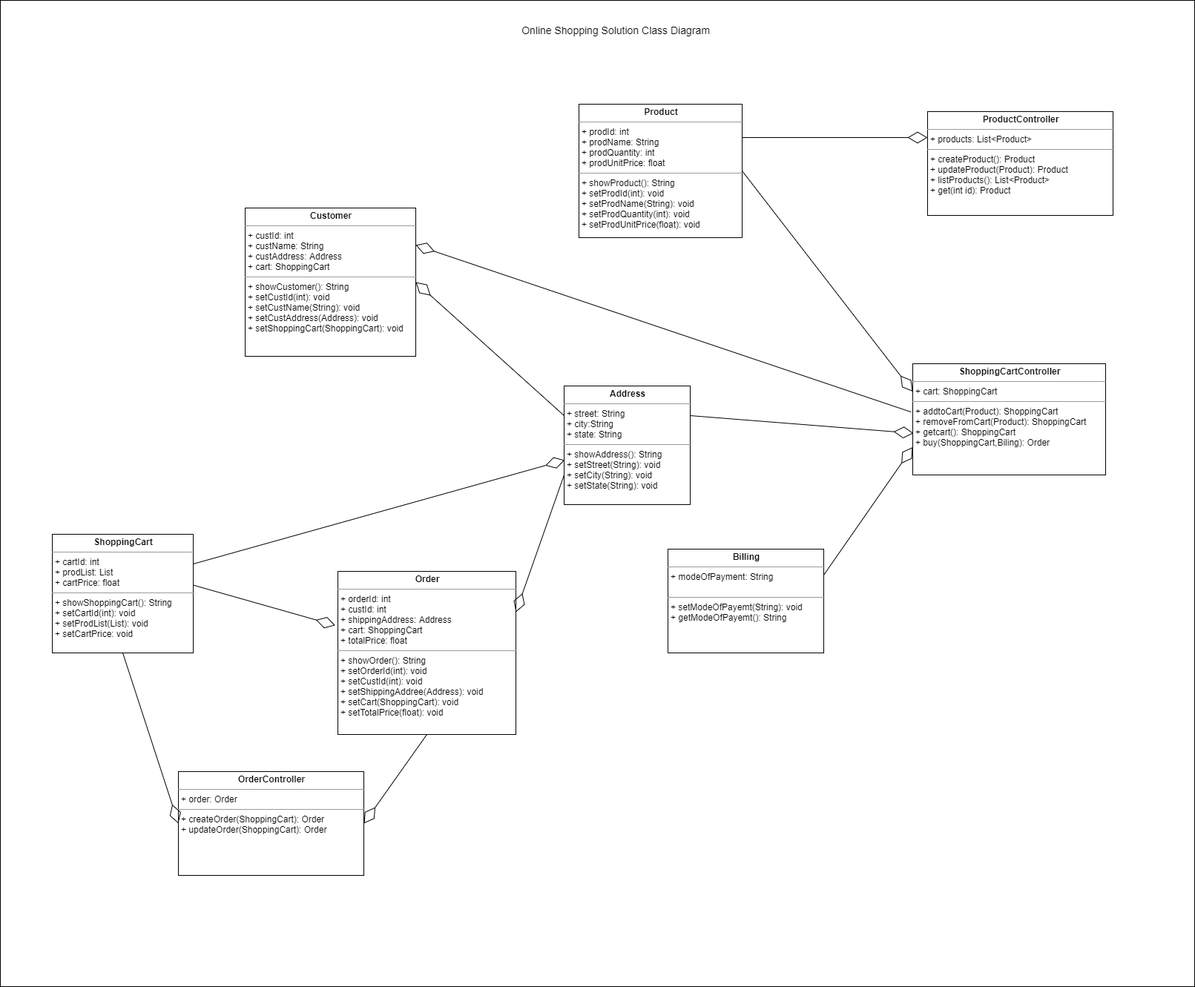
The draw.io diagram class_diagram_1.png in MayurNagarkar/ECommerce, before a commit. Source tidied: cells renumbered, new cells last; positions are measured from the earlier drawing's top-left corner, leaving out a move shared by most shapes.
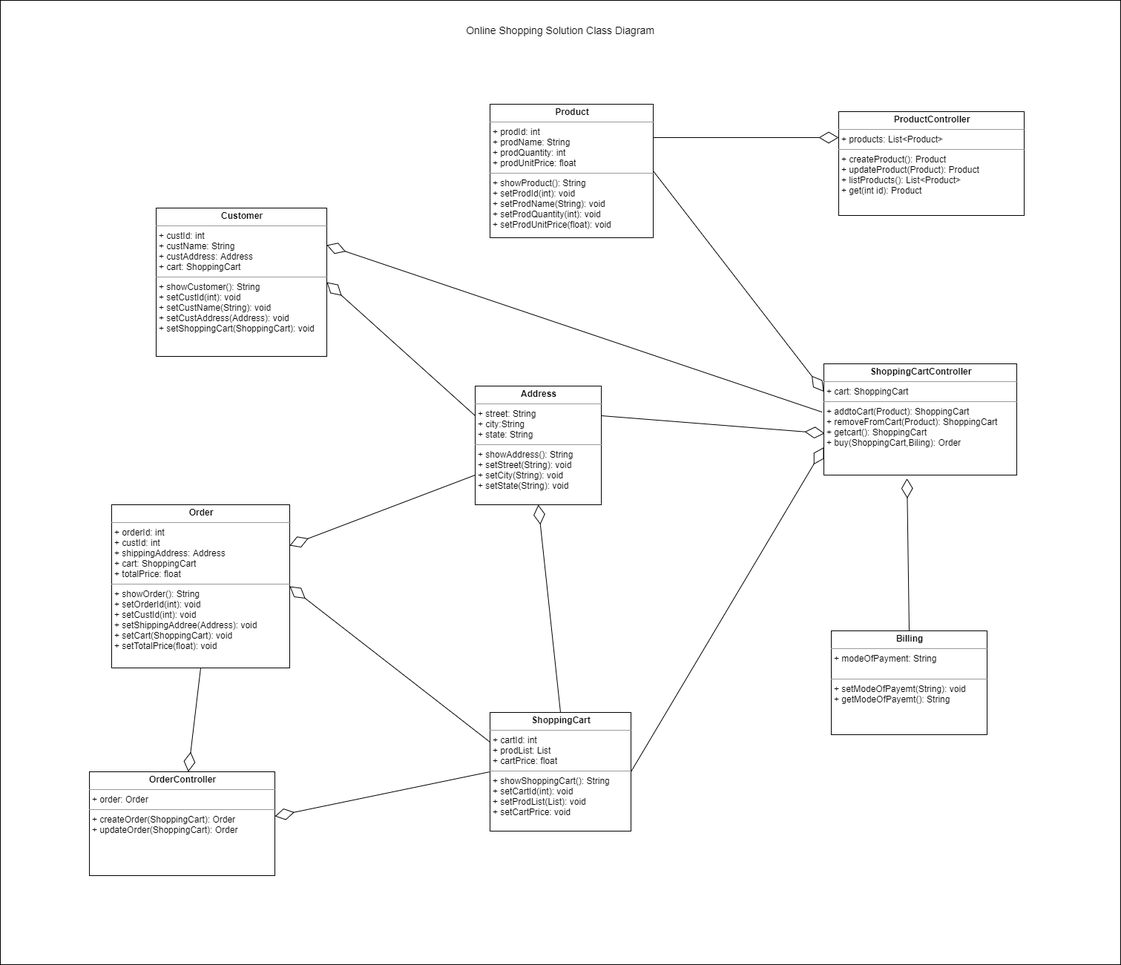
The same file after the commit.

Change to the diagram source:
```diff
@@ -3,7 +3,7 @@
     <mxCell id="0" />
     <mxCell id="1" parent="0" />
     <mxCell id="2" style="rounded=0;whiteSpace=wrap;html=1;" parent="1" vertex="1">
-      <mxGeometry width="1610" height="1330" as="geometry" />
+      <mxGeometry x="120" width="1510" height="1300" as="geometry" />
     </mxCell>
     <mxCell id="3" value="&lt;p style=&quot;margin: 0px ; margin-top: 4px ; text-align: center&quot;&gt;&lt;b&gt;Product&lt;/b&gt;&lt;/p&gt;&lt;hr size=&quot;1&quot;&gt;&lt;p style=&quot;margin: 0px ; margin-left: 4px&quot;&gt;+ prodId: int&lt;/p&gt;&lt;p style=&quot;margin: 0px ; margin-left: 4px&quot;&gt;+ prodName: String&lt;/p&gt;&lt;p style=&quot;margin: 0px ; margin-left: 4px&quot;&gt;+ prodQuantity: int&lt;/p&gt;&lt;p style=&quot;margin: 0px ; margin-left: 4px&quot;&gt;&lt;span&gt;+ prodUnitPrice: float&lt;/span&gt;&lt;/p&gt;&lt;hr size=&quot;1&quot;&gt;&lt;p style=&quot;margin: 0px ; margin-left: 4px&quot;&gt;+ showProduct(): String&lt;/p&gt;&lt;p style=&quot;margin: 0px ; margin-left: 4px&quot;&gt;+ setProdId(int): void&lt;/p&gt;&lt;p style=&quot;margin: 0px ; margin-left: 4px&quot;&gt;+ setProdName(String): void&lt;/p&gt;&lt;p style=&quot;margin: 0px ; margin-left: 4px&quot;&gt;+ setProdQuantity(int): void&lt;/p&gt;&lt;p style=&quot;margin: 0px ; margin-left: 4px&quot;&gt;+ setProdUnitPrice(float): void&lt;/p&gt;" style="verticalAlign=top;align=left;overflow=fill;fontSize=12;fontFamily=Helvetica;html=1;" parent="1" vertex="1">
       <mxGeometry x="780" y="140" width="220" height="180" as="geometry" />
@@ -12,7 +12,7 @@
       <mxGeometry x="330" y="280" width="230" height="200" as="geometry" />
     </mxCell>
     <mxCell id="5" value="&lt;p style=&quot;margin: 0px ; margin-top: 4px ; text-align: center&quot;&gt;&lt;b&gt;ShoppingCart&lt;/b&gt;&lt;/p&gt;&lt;hr size=&quot;1&quot;&gt;&lt;p style=&quot;margin: 0px ; margin-left: 4px&quot;&gt;+ cartId: int&lt;/p&gt;&lt;p style=&quot;margin: 0px ; margin-left: 4px&quot;&gt;+ prodList: List&lt;/p&gt;&lt;p style=&quot;margin: 0px ; margin-left: 4px&quot;&gt;+ cartPrice: float&lt;/p&gt;&lt;hr size=&quot;1&quot;&gt;&lt;p style=&quot;margin: 0px ; margin-left: 4px&quot;&gt;+ showShoppingCart(): String&lt;/p&gt;&lt;p style=&quot;margin: 0px ; margin-left: 4px&quot;&gt;+ setCartId(int): void&lt;/p&gt;&lt;p style=&quot;margin: 0px ; margin-left: 4px&quot;&gt;+ setProdList(List): void&lt;/p&gt;&lt;p style=&quot;margin: 0px ; margin-left: 4px&quot;&gt;+ setCartPrice: void&lt;/p&gt;" style="verticalAlign=top;align=left;overflow=fill;fontSize=12;fontFamily=Helvetica;html=1;" parent="1" vertex="1">
-      <mxGeometry x="70" y="720" width="190" height="160" as="geometry" />
+      <mxGeometry x="780" y="960" width="190" height="160" as="geometry" />
     </mxCell>
     <mxCell id="6" value="&lt;p style=&quot;margin: 4px 0px 0px ; text-align: center&quot;&gt;&lt;b&gt;ProductController&lt;/b&gt;&lt;/p&gt;&lt;hr size=&quot;1&quot;&gt;&lt;p style=&quot;margin: 0px 0px 0px 4px&quot;&gt;+ products: List&amp;lt;Product&amp;gt;&lt;br&gt;&lt;/p&gt;&lt;hr size=&quot;1&quot;&gt;&lt;p style=&quot;margin: 0px 0px 0px 4px&quot;&gt;&lt;span&gt;+ createProduct(): Product&lt;/span&gt;&lt;br&gt;&lt;/p&gt;&lt;p style=&quot;margin: 0px 0px 0px 4px&quot;&gt;&lt;span&gt;&lt;/span&gt;+ updateProduct(Product): Product&lt;/p&gt;&lt;p style=&quot;margin: 0px 0px 0px 4px&quot;&gt;+ listProducts(): List&amp;lt;Product&amp;gt;&lt;/p&gt;&lt;p style=&quot;margin: 0px 0px 0px 4px&quot;&gt;&lt;span&gt;&lt;/span&gt;+ get(int id): Product&lt;/p&gt;" style="verticalAlign=top;align=left;overflow=fill;fontSize=12;fontFamily=Helvetica;html=1;" parent="1" vertex="1">
       <mxGeometry x="1250" y="150" width="250" height="140" as="geometry" />
@@ -21,13 +21,13 @@
       <mxGeometry x="1230" y="490" width="260" height="150" as="geometry" />
     </mxCell>
     <mxCell id="8" value="&lt;p style=&quot;margin: 0px ; margin-top: 4px ; text-align: center&quot;&gt;&lt;b&gt;Order&lt;/b&gt;&lt;/p&gt;&lt;hr size=&quot;1&quot;&gt;&lt;p style=&quot;margin: 0px ; margin-left: 4px&quot;&gt;+ orderId: int&lt;/p&gt;&lt;p style=&quot;margin: 0px ; margin-left: 4px&quot;&gt;+ custId: int&lt;/p&gt;&lt;p style=&quot;margin: 0px ; margin-left: 4px&quot;&gt;+ shippingAddress: Address&lt;/p&gt;&lt;p style=&quot;margin: 0px ; margin-left: 4px&quot;&gt;+ cart: ShoppingCart&lt;/p&gt;&lt;p style=&quot;margin: 0px ; margin-left: 4px&quot;&gt;+ totalPrice: float&lt;/p&gt;&lt;hr size=&quot;1&quot;&gt;&lt;p style=&quot;margin: 0px ; margin-left: 4px&quot;&gt;+ showOrder(): String&lt;/p&gt;&lt;p style=&quot;margin: 0px ; margin-left: 4px&quot;&gt;+ setOrderId(int): void&lt;/p&gt;&lt;p style=&quot;margin: 0px ; margin-left: 4px&quot;&gt;+ setCustId(int): void&lt;/p&gt;&lt;p style=&quot;margin: 0px ; margin-left: 4px&quot;&gt;+ setShippingAddree(Address): void&lt;/p&gt;&lt;p style=&quot;margin: 0px ; margin-left: 4px&quot;&gt;+ setCart(ShoppingCart): void&lt;/p&gt;&lt;p style=&quot;margin: 0px ; margin-left: 4px&quot;&gt;+ setTotalPrice(float): void&lt;/p&gt;" style="verticalAlign=top;align=left;overflow=fill;fontSize=12;fontFamily=Helvetica;html=1;" parent="1" vertex="1">
-      <mxGeometry x="455" y="770" width="240" height="220" as="geometry" />
+      <mxGeometry x="270" y="680" width="240" height="220" as="geometry" />
     </mxCell>
     <mxCell id="9" value="&lt;p style=&quot;margin: 4px 0px 0px ; text-align: center&quot;&gt;&lt;b&gt;OrderController&lt;/b&gt;&lt;/p&gt;&lt;hr size=&quot;1&quot;&gt;&lt;p style=&quot;margin: 0px 0px 0px 4px&quot;&gt;+ order: Order&lt;br&gt;&lt;/p&gt;&lt;hr size=&quot;1&quot;&gt;&lt;p style=&quot;margin: 0px 0px 0px 4px&quot;&gt;&lt;span&gt;+ createOrder(ShoppingCart): Order&lt;/span&gt;&lt;/p&gt;&lt;p style=&quot;margin: 0px 0px 0px 4px&quot;&gt;&lt;span&gt;+ updateOrder(ShoppingCart): Order&lt;/span&gt;&lt;/p&gt;&lt;p style=&quot;margin: 0px 0px 0px 4px&quot;&gt;&lt;br&gt;&lt;/p&gt;" style="verticalAlign=top;align=left;overflow=fill;fontSize=12;fontFamily=Helvetica;html=1;" parent="1" vertex="1">
       <mxGeometry x="240" y="1040" width="250" height="140" as="geometry" />
     </mxCell>
     <mxCell id="10" value="&lt;p style=&quot;margin: 4px 0px 0px ; text-align: center&quot;&gt;&lt;b&gt;Billing&lt;/b&gt;&lt;/p&gt;&lt;hr size=&quot;1&quot;&gt;&lt;p style=&quot;margin: 0px 0px 0px 4px&quot;&gt;&lt;span&gt;+ modeOfPayment: String&lt;br&gt;&lt;/span&gt;&lt;/p&gt;&lt;p style=&quot;margin: 0px 0px 0px 4px&quot;&gt;&lt;span&gt;&lt;br&gt;&lt;/span&gt;&lt;/p&gt;&lt;hr size=&quot;1&quot;&gt;&lt;p style=&quot;margin: 0px 0px 0px 4px&quot;&gt;+ setModeOfPayemt(String): void&lt;/p&gt;&lt;p style=&quot;margin: 0px 0px 0px 4px&quot;&gt;+ getModeOfPayemt(): String&lt;br&gt;&lt;/p&gt;" style="verticalAlign=top;align=left;overflow=fill;fontSize=12;fontFamily=Helvetica;html=1;" parent="1" vertex="1">
-      <mxGeometry x="900" y="740" width="210" height="140" as="geometry" />
+      <mxGeometry x="1240" y="850" width="210" height="140" as="geometry" />
     </mxCell>
     <mxCell id="11" style="endArrow=diamondThin;endFill=0;endSize=24;html=1;entryX=0;entryY=0.25;entryDx=0;entryDy=0;exitX=1;exitY=0.25;exitDx=0;exitDy=0;" parent="1" edge="1" source="3" target="6">
       <mxGeometry relative="1" as="geometry" />
@@ -38,16 +38,18 @@
     <mxCell id="13" style="endArrow=diamondThin;endFill=0;endSize=24;html=1;exitX=1;exitY=0.5;exitDx=0;exitDy=0;entryX=0;entryY=0.25;entryDx=0;entryDy=0;" parent="1" edge="1" source="3" target="7">
       <mxGeometry relative="1" as="geometry" />
     </mxCell>
-    <mxCell id="14" style="endArrow=diamondThin;endFill=0;endSize=24;html=1;entryX=0;entryY=0.5;entryDx=0;entryDy=0;exitX=0.5;exitY=1;exitDx=0;exitDy=0;" parent="1" edge="1" source="5" target="9">
-      <mxGeometry relative="1" as="geometry" />
+    <mxCell id="14" style="endArrow=diamondThin;endFill=0;endSize=24;html=1;exitX=0;exitY=0.5;exitDx=0;exitDy=0;" parent="1" edge="1" source="5">
+      <mxGeometry relative="1" as="geometry">
+        <mxPoint x="490" y="1100" as="targetPoint" />
+      </mxGeometry>
     </mxCell>
     <mxCell id="15" style="endArrow=diamondThin;endFill=0;endSize=24;html=1;exitX=0;exitY=0.75;exitDx=0;exitDy=0;entryX=1;entryY=0.25;entryDx=0;entryDy=0;" parent="1" edge="1" source="20" target="8">
       <mxGeometry relative="1" as="geometry" />
     </mxCell>
-    <mxCell id="16" style="endArrow=diamondThin;endFill=0;endSize=24;html=1;entryX=-0.015;entryY=0.331;entryDx=0;entryDy=0;entryPerimeter=0;exitX=1.002;exitY=0.429;exitDx=0;exitDy=0;exitPerimeter=0;" parent="1" edge="1" source="5" target="8">
+    <mxCell id="16" style="endArrow=diamondThin;endFill=0;endSize=24;html=1;entryX=1;entryY=0.5;entryDx=0;entryDy=0;exitX=0;exitY=0.25;exitDx=0;exitDy=0;" parent="1" edge="1" source="5" target="8">
       <mxGeometry relative="1" as="geometry" />
     </mxCell>
-    <mxCell id="17" style="endArrow=diamondThin;endFill=0;endSize=24;html=1;exitX=1;exitY=0.25;exitDx=0;exitDy=0;entryX=0;entryY=0.75;entryDx=0;entryDy=0;" parent="1" edge="1" source="10" target="7">
+    <mxCell id="17" style="endArrow=diamondThin;endFill=0;endSize=24;html=1;exitX=0.5;exitY=0;exitDx=0;exitDy=0;entryX=0.431;entryY=1.03;entryDx=0;entryDy=0;entryPerimeter=0;" parent="1" edge="1" source="10" target="7">
       <mxGeometry relative="1" as="geometry" />
     </mxCell>
     <mxCell id="18" style="endArrow=diamondThin;endFill=0;endSize=24;html=1;entryX=0.004;entryY=0.625;entryDx=0;entryDy=0;exitX=1;exitY=0.25;exitDx=0;exitDy=0;entryPerimeter=0;" parent="1" edge="1" source="20" target="7">
@@ -59,14 +61,17 @@
     <mxCell id="20" value="&lt;p style=&quot;margin: 0px ; margin-top: 4px ; text-align: center&quot;&gt;&lt;b&gt;Address&lt;/b&gt;&lt;/p&gt;&lt;hr size=&quot;1&quot;&gt;&lt;p style=&quot;margin: 0px ; margin-left: 4px&quot;&gt;+ street: String&lt;/p&gt;&lt;p style=&quot;margin: 0px ; margin-left: 4px&quot;&gt;+ city:String&lt;/p&gt;&lt;p style=&quot;margin: 0px ; margin-left: 4px&quot;&gt;+ state: String&lt;br&gt;&lt;/p&gt;&lt;hr size=&quot;1&quot;&gt;&lt;p style=&quot;margin: 0px ; margin-left: 4px&quot;&gt;&lt;span&gt;+ showAddress(): String&lt;/span&gt;&lt;/p&gt;&lt;p style=&quot;margin: 0px ; margin-left: 4px&quot;&gt;&lt;span&gt;+ setStreet(String): void&lt;/span&gt;&lt;br&gt;&lt;/p&gt;&lt;p style=&quot;margin: 0px ; margin-left: 4px&quot;&gt;+ setCity(String): void&lt;/p&gt;&lt;p style=&quot;margin: 0px ; margin-left: 4px&quot;&gt;+ setState(String): void&lt;/p&gt;" style="verticalAlign=top;align=left;overflow=fill;fontSize=12;fontFamily=Helvetica;html=1;" parent="1" vertex="1">
       <mxGeometry x="760" y="520" width="170" height="160" as="geometry" />
     </mxCell>
-    <mxCell id="21" style="endArrow=diamondThin;endFill=0;endSize=24;html=1;entryX=0.004;entryY=0.625;entryDx=0;entryDy=0;exitX=1;exitY=0.25;exitDx=0;exitDy=0;entryPerimeter=0;" parent="1" edge="1" source="5" target="20">
+    <mxCell id="21" style="endArrow=diamondThin;endFill=0;endSize=24;html=1;entryX=0.5;entryY=1;entryDx=0;entryDy=0;exitX=0.5;exitY=0;exitDx=0;exitDy=0;" parent="1" edge="1" source="5" target="20">
       <mxGeometry relative="1" as="geometry" />
     </mxCell>
-    <mxCell id="22" style="endArrow=diamondThin;endFill=0;endSize=24;html=1;entryX=1;entryY=0.5;entryDx=0;entryDy=0;exitX=0.5;exitY=1;exitDx=0;exitDy=0;" parent="1" edge="1" source="8" target="9">
+    <mxCell id="22" style="endArrow=diamondThin;endFill=0;endSize=24;html=1;exitX=0.5;exitY=1;exitDx=0;exitDy=0;" parent="1" edge="1" source="8" target="9">
       <mxGeometry relative="1" as="geometry" />
     </mxCell>
     <mxCell id="23" value="&lt;font style=&quot;font-size: 14px&quot;&gt;Online Shopping Solution Class Diagram&lt;/font&gt;" style="text;html=1;strokeColor=none;fillColor=none;align=center;verticalAlign=middle;whiteSpace=wrap;rounded=0;" parent="1" vertex="1">
-      <mxGeometry x="695" y="30" width="270" height="20" as="geometry" />
+      <mxGeometry x="740" y="30" width="270" height="20" as="geometry" />
     </mxCell>
+    <mxCell id="24" style="endArrow=diamondThin;endFill=0;endSize=24;html=1;entryX=0;entryY=0.75;entryDx=0;entryDy=0;exitX=1;exitY=0.5;exitDx=0;exitDy=0;" parent="1" edge="1" source="5" target="7">
+      <mxGeometry relative="1" as="geometry" />
+    </mxCell>
   </root>
 </mxGraphModel>
```
